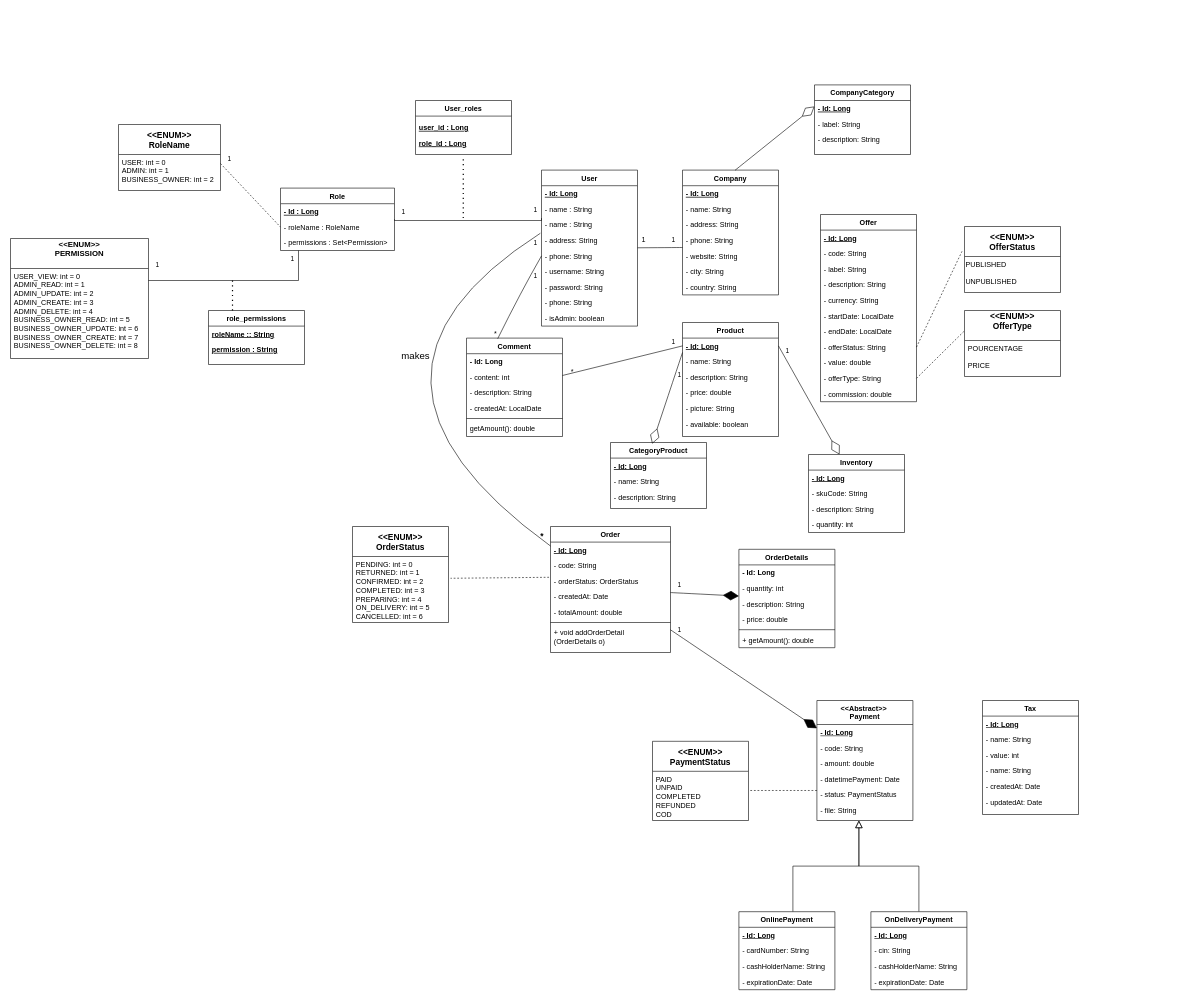
The draw.io diagram class_diagram(1)(1).drawio in amine-elarass49/angular_doc, before the edit. Source tidied: cells renumbered, new cells numbered last; positions are measured from the earlier drawing's top-left corner, leaving out a move shared by most shapes. Both pictures are drawn from the tidied source at 60%, with x=0, y=0 at pixel (10, 85).
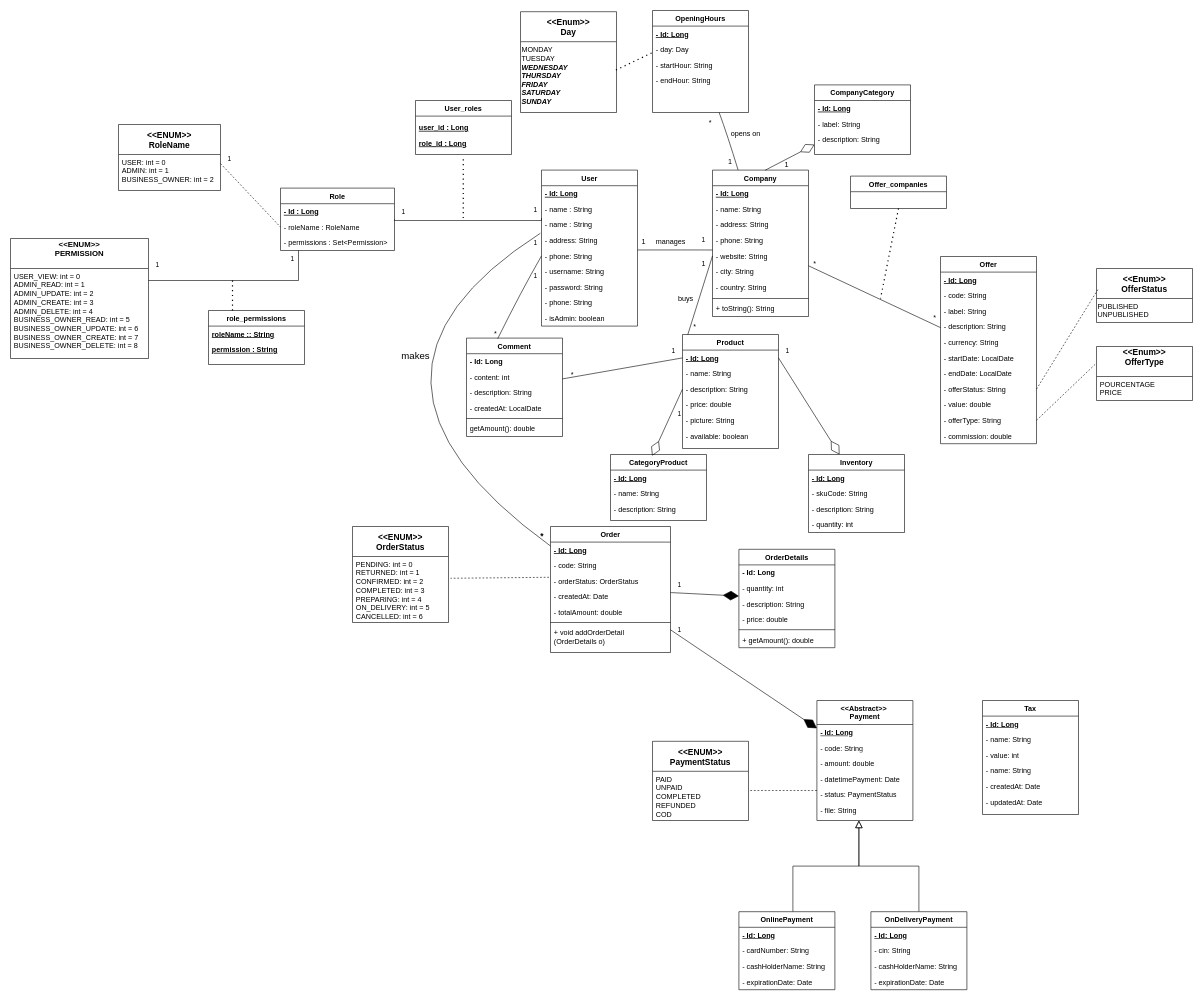
The same page after the edit.

Unchanged cells that the change refers to:
```xml
<mxCell id="3" value="User" style="swimlane;fontStyle=1;align=center;verticalAlign=top;horizontal=1;startSize=26;rounded=0;shadow=0;strokeWidth=1;" parent="1" vertex="1">
  <mxGeometry x="885" y="142" width="160" height="260" as="geometry" />
</mxCell>
<mxCell id="8" value="- phone: String" style="text;align=left;verticalAlign=top;spacingLeft=4;spacingRight=4;overflow=hidden;points=[[0,0.5],[1,0.5]];portConstraint=eastwest;rounded=0;shadow=0;html=0;" parent="3" vertex="1">
  <mxGeometry y="130" width="160" height="26" as="geometry" />
</mxCell>
<mxCell id="39" value="- phone: String" style="text;align=left;verticalAlign=top;spacingLeft=4;spacingRight=4;overflow=hidden;points=[[0,0.5],[1,0.5]];portConstraint=eastwest;rounded=0;shadow=0;html=0;" parent="35" vertex="1">
  <mxGeometry y="104" width="160" height="26" as="geometry" />
</mxCell>
<mxCell id="40" value="- website: String" style="text;align=left;verticalAlign=top;spacingLeft=4;spacingRight=4;overflow=hidden;points=[[0,0.5],[1,0.5]];portConstraint=eastwest;rounded=0;shadow=0;html=0;" parent="35" vertex="1">
  <mxGeometry y="130" width="160" height="26" as="geometry" />
</mxCell>
<mxCell id="43" value="CompanyCategory&#10;" style="swimlane;fontStyle=1;align=center;verticalAlign=top;horizontal=1;startSize=26;rounded=0;shadow=0;strokeWidth=1;" parent="1" vertex="1">
  <mxGeometry x="1340" width="160" height="116" as="geometry" />
</mxCell>
<mxCell id="50" value="- description: String" style="text;align=left;verticalAlign=top;spacingLeft=4;spacingRight=4;overflow=hidden;points=[[0,0.5],[1,0.5]];portConstraint=eastwest;rounded=0;shadow=0;html=0;" parent="47" vertex="1">
  <mxGeometry y="78" width="160" height="26" as="geometry" />
</mxCell>
<mxCell id="72" value="- offerStatus: String" style="text;align=left;verticalAlign=top;spacingLeft=4;spacingRight=4;overflow=hidden;points=[[0,0.5],[1,0.5]];portConstraint=eastwest;rounded=0;shadow=0;html=0;" parent="64" vertex="1">
  <mxGeometry y="208" width="160" height="26" as="geometry" />
</mxCell>
```

The edit, as a diff of the source:
```diff
@@
     <mxCell id="35" value="Company" style="swimlane;fontStyle=1;align=center;verticalAlign=top;horizontal=1;startSize=26;rounded=0;shadow=0;strokeWidth=1;" parent="1" vertex="1">
-      <mxGeometry x="1120" y="142" width="160" height="208" as="geometry" />
+      <mxGeometry x="1170" y="142" width="160" height="244" as="geometry" />
     </mxCell>
@@
     <mxCell id="42" value="- country: String" style="text;align=left;verticalAlign=top;spacingLeft=4;spacingRight=4;overflow=hidden;" parent="35" vertex="1">
-      <mxGeometry y="182" width="160" height="26" as="geometry" />
+      <mxGeometry y="182" width="160" height="28" as="geometry" />
     </mxCell>
+    <mxCell id="158" style="line;strokeWidth=1;fillColor=none;align=left;verticalAlign=middle;spacingTop=-1;spacingLeft=3;spacingRight=3;labelPosition=right;strokeColor=inherit;" parent="35" vertex="1">
+      <mxGeometry y="210" width="160" height="8" as="geometry" />
+    </mxCell>
+    <mxCell id="159" value="+ toString(): String" style="text;align=left;verticalAlign=top;spacingLeft=4;spacingRight=4;overflow=hidden;rounded=0;shadow=0;html=0;" parent="35" vertex="1">
+      <mxGeometry y="218" width="160" height="22" as="geometry" />
+    </mxCell>
@@
     <mxCell id="47" value="Product" style="swimlane;fontStyle=1;align=center;verticalAlign=top;horizontal=1;startSize=26;rounded=0;shadow=0;strokeWidth=1;" parent="1" vertex="1">
-      <mxGeometry x="1120" y="396" width="160" height="190" as="geometry" />
+      <mxGeometry x="1120" y="416" width="160" height="190" as="geometry" />
     </mxCell>
@@
     <mxCell id="54" value="CategoryProduct" style="swimlane;fontStyle=1;align=center;verticalAlign=top;horizontal=1;startSize=26;rounded=0;shadow=0;strokeWidth=1;" parent="1" vertex="1">
-      <mxGeometry x="1000" y="596" width="160" height="110" as="geometry" />
+      <mxGeometry x="1000" y="616" width="160" height="110" as="geometry" />
     </mxCell>
@@
     <mxCell id="64" value="Offer&#10;" style="swimlane;fontStyle=1;align=center;verticalAlign=top;horizontal=1;startSize=26;rounded=0;shadow=0;strokeWidth=1;" parent="1" vertex="1">
-      <mxGeometry x="1350" y="216" width="160" height="312" as="geometry" />
+      <mxGeometry x="1550" y="286" width="160" height="312" as="geometry" />
     </mxCell>
@@
-    <mxCell id="76" value="&lt;&lt;ENUM&gt;&gt;&#10;OfferStatus" style="swimlane;horizontal=1;startSize=50;rounded=0;fontSize=14;fontStyle=1;strokeWidth=1;shadow=0;dashed=0;align=center;arcSize=4;swimlaneLine=1;" parent="1" vertex="1">
-      <mxGeometry x="1590" y="236" width="160" height="110" as="geometry" />
+    <mxCell id="76" value="&lt;&lt;Enum&gt;&gt;&#10;OfferStatus" style="swimlane;horizontal=1;startSize=50;rounded=0;fontSize=14;fontStyle=1;strokeWidth=1;shadow=0;dashed=0;align=center;arcSize=4;swimlaneLine=1;" parent="1" vertex="1">
+      <mxGeometry x="1810" y="306" width="160" height="90" as="geometry" />
     </mxCell>
-    <mxCell id="77" value="&lt;div&gt;PUBLISHED&lt;/div&gt;&lt;div&gt;&lt;br&gt;&lt;/div&gt;&lt;div&gt;UNPUBLISHED&lt;/div&gt;" style="text;whiteSpace=wrap;html=1;" parent="76" vertex="1">
-      <mxGeometry y="50" width="160" height="60" as="geometry" />
+    <mxCell id="77" value="&lt;div&gt;PUBLISHED&lt;/div&gt;&lt;div&gt;UNPUBLISHED&lt;/div&gt;" style="text;whiteSpace=wrap;html=1;" parent="76" vertex="1">
+      <mxGeometry y="50" width="160" height="40" as="geometry" />
     </mxCell>
-    <mxCell id="78" value="&lt;&lt;ENUM&gt;&gt;&#10;OfferType&#10;" style="swimlane;horizontal=1;startSize=50;rounded=0;fontSize=14;fontStyle=1;strokeWidth=1;shadow=0;dashed=0;align=center;arcSize=4;swimlaneLine=1;" parent="1" vertex="1">
-      <mxGeometry x="1590" y="376" width="160" height="110" as="geometry" />
+    <mxCell id="78" value="&lt;&lt;Enum&gt;&gt;&#10;OfferType&#10;" style="swimlane;horizontal=1;startSize=50;rounded=0;fontSize=14;fontStyle=1;strokeWidth=1;shadow=0;dashed=0;align=center;arcSize=4;swimlaneLine=1;" parent="1" vertex="1">
+      <mxGeometry x="1810" y="436" width="160" height="90" as="geometry" />
     </mxCell>
-    <mxCell id="79" value="&lt;div&gt;POURCENTAGE&lt;/div&gt;&lt;div&gt;&lt;br&gt;&lt;/div&gt;&lt;div&gt;PRICE&lt;br&gt;&lt;/div&gt;" style="align=left;strokeColor=none;fillColor=none;spacingLeft=4;fontSize=12;verticalAlign=top;html=1;" parent="78" vertex="1">
-      <mxGeometry y="50" width="160" height="60" as="geometry" />
+    <mxCell id="79" value="&lt;div&gt;POURCENTAGE&lt;/div&gt;&lt;div&gt;PRICE&lt;br&gt;&lt;/div&gt;" style="align=left;strokeColor=none;fillColor=none;spacingLeft=4;fontSize=12;verticalAlign=top;html=1;" parent="78" vertex="1">
+      <mxGeometry y="50" width="160" height="40" as="geometry" />
     </mxCell>
-    <mxCell id="80" style="endArrow=none;endFill=0;html=1;align=left;verticalAlign=top;rounded=0;dashed=1;exitX=1;exitY=0.5;exitDx=0;exitDy=0;entryX=-0.026;entryY=0.376;entryDx=0;entryDy=0;entryPerimeter=0;" parent="1" edge="1" source="72" target="76">
+    <mxCell id="80" style="endArrow=none;endFill=0;html=1;align=left;verticalAlign=top;rounded=0;dashed=1;exitX=1;exitY=0.5;exitDx=0;exitDy=0;entryX=0.014;entryY=0.391;entryDx=0;entryDy=0;entryPerimeter=0;" parent="1" edge="1" source="72" target="76">
       <mxGeometry x="-1" relative="1" as="geometry" />
     </mxCell>
@@
-    <mxCell id="136" style="endArrow=diamondThin;endFill=0;endSize=24;html=1;rounded=0;fontSize=12;curved=1;exitX=0.548;exitY=0.001;exitDx=0;exitDy=0;exitPerimeter=0;" parent="1" edge="1" source="35">
-      <mxGeometry relative="1" as="geometry">
-        <mxPoint x="1340" y="36" as="targetPoint" />
-      </mxGeometry>
+    <mxCell id="136" style="endArrow=diamondThin;endFill=0;endSize=24;html=1;rounded=0;fontSize=12;curved=1;exitX=0.548;exitY=0.001;exitDx=0;exitDy=0;exitPerimeter=0;" parent="1" edge="1" source="35" target="43">
+      <mxGeometry relative="1" as="geometry" />
     </mxCell>
-    <mxCell id="137" style="endArrow=diamondThin;endFill=0;endSize=24;html=1;rounded=0;fontSize=12;curved=1;entryX=0.434;entryY=0.019;entryDx=0;entryDy=0;entryPerimeter=0;" parent="1" edge="1" target="54">
-      <mxGeometry relative="1" as="geometry">
-        <mxPoint x="1120" y="446" as="sourcePoint" />
-      </mxGeometry>
+    <mxCell id="137" style="endArrow=diamondThin;endFill=0;endSize=24;html=1;rounded=0;fontSize=12;curved=1;entryX=0.434;entryY=0.019;entryDx=0;entryDy=0;entryPerimeter=0;exitX=0;exitY=0.5;exitDx=0;exitDy=0;" parent="1" edge="1" source="50" target="54">
+      <mxGeometry relative="1" as="geometry" />
     </mxCell>
@@
-    <mxCell id="142" style="endArrow=none;html=1;rounded=0;fontSize=12;startSize=8;endSize=8;curved=1;" parent="1" edge="1" target="3">
+    <mxCell id="142" style="endArrow=none;html=1;rounded=0;fontSize=12;curved=1;exitX=0;exitY=1.123;exitDx=0;exitDy=0;exitPerimeter=0;entryX=1.001;entryY=0.12;entryDx=0;entryDy=0;entryPerimeter=0;" parent="1" edge="1" source="39" target="8">
       <mxGeometry relative="1" as="geometry">
-        <mxPoint x="1120" y="271" as="sourcePoint" />
+        <Array as="points">
+          <mxPoint x="1160" y="275" />
+        </Array>
       </mxGeometry>
     </mxCell>
@@
     <mxCell id="144" value="1" style="edgeLabel;html=1;align=left;verticalAlign=bottom;" parent="1" vertex="1">
-      <mxGeometry x="1100" y="266" as="geometry" />
+      <mxGeometry x="1150" y="266" as="geometry" />
     </mxCell>
@@
     <mxCell id="151" value="1" style="edgeLabel;html=1;align=left;verticalAlign=bottom;" parent="1" vertex="1">
-      <mxGeometry x="1100" y="436" as="geometry" />
+      <mxGeometry x="1100" y="451" as="geometry" />
     </mxCell>
     <mxCell id="152" value="1" style="edgeLabel;html=1;align=left;verticalAlign=bottom;" parent="1" vertex="1">
-      <mxGeometry x="1110" y="491" as="geometry" />
+      <mxGeometry x="1110" y="556" as="geometry" />
     </mxCell>
@@
+    <mxCell id="160" value="manages" style="text;html=1;align=center;verticalAlign=middle;strokeColor=none;fillColor=none;" parent="1" vertex="1">
+      <mxGeometry x="1065" y="246" width="70" height="30" as="geometry" />
+    </mxCell>
+    <mxCell id="161" value="OpeningHours" style="swimlane;fontStyle=1;align=center;verticalAlign=top;horizontal=1;startSize=26;rounded=0;shadow=0;strokeWidth=1;" parent="1" vertex="1">
+      <mxGeometry x="1070" y="-124" width="160" height="170" as="geometry" />
+    </mxCell>
+    <mxCell id="162" value="- Id: Long" style="text;align=left;verticalAlign=top;spacingLeft=4;spacingRight=4;overflow=hidden;fontStyle=5;" parent="161" vertex="1">
+      <mxGeometry y="26" width="160" height="26" as="geometry" />
+    </mxCell>
+    <mxCell id="163" value="- day: Day" style="text;align=left;verticalAlign=top;spacingLeft=4;spacingRight=4;overflow=hidden;rounded=0;shadow=0;html=0;" parent="161" vertex="1">
+      <mxGeometry y="52" width="160" height="26" as="geometry" />
+    </mxCell>
+    <mxCell id="164" value="- startHour: String" style="text;align=left;verticalAlign=top;spacingLeft=4;spacingRight=4;overflow=hidden;rounded=0;shadow=0;html=0;" parent="161" vertex="1">
+      <mxGeometry y="78" width="160" height="26" as="geometry" />
+    </mxCell>
+    <mxCell id="165" value="- endHour: String" style="text;align=left;verticalAlign=top;spacingLeft=4;spacingRight=4;overflow=hidden;rounded=0;shadow=0;html=0;" parent="161" vertex="1">
+      <mxGeometry y="104" width="160" height="26" as="geometry" />
+    </mxCell>
+    <mxCell id="166" style="endArrow=none;html=1;rounded=0;fontSize=12;curved=1;" parent="1" edge="1" source="35" target="161">
+      <mxGeometry relative="1" as="geometry">
+        <Array as="points">
+          <mxPoint x="1195" y="84" />
+        </Array>
+      </mxGeometry>
+    </mxCell>
+    <mxCell id="167" value="*" style="html=1;whiteSpace=wrap;align=right;verticalAlign=bottom;" parent="166" vertex="1">
+      <mxGeometry x="1" relative="1" as="geometry">
+        <mxPoint x="-11" y="25" as="offset" />
+      </mxGeometry>
+    </mxCell>
+    <mxCell id="168" value="1" style="html=1;whiteSpace=wrap;align=right;verticalAlign=bottom;" parent="1" vertex="1">
+      <mxGeometry x="1200" y="136" as="geometry">
+        <mxPoint x="4" as="offset" />
+      </mxGeometry>
+    </mxCell>
+    <mxCell id="169" value="opens on" style="text;html=1;align=center;verticalAlign=middle;strokeColor=none;fillColor=none;" parent="1" vertex="1">
+      <mxGeometry x="1190" y="66" width="70" height="30" as="geometry" />
+    </mxCell>
+    <mxCell id="170" value="&lt;&lt;Enum&gt;&gt;&#10;Day" style="swimlane;horizontal=1;startSize=50;rounded=0;fontSize=14;fontStyle=1;strokeWidth=1;shadow=0;dashed=0;align=center;arcSize=4;swimlaneLine=1;" parent="1" vertex="1">
+      <mxGeometry x="850" y="-122" width="160" height="168" as="geometry" />
+    </mxCell>
+    <mxCell id="171" value="&lt;div&gt;MONDAY&lt;/div&gt;&lt;div&gt;TUESDAY&lt;/div&gt;&lt;div&gt;&lt;span style=&quot;font-weight:bold;font-style:italic;&quot;&gt;WEDNESDAY&lt;/span&gt;&lt;/div&gt;&lt;div&gt;&lt;span style=&quot;font-weight:bold;font-style:italic;&quot;&gt;THURSDAY&lt;/span&gt;&lt;/div&gt;&lt;div&gt;&lt;span style=&quot;font-weight:bold;font-style:italic;&quot;&gt;FRIDAY&lt;/span&gt;&lt;span style=&quot;font-weight:bold;font-style:italic;&quot;&gt;&lt;br&gt;&lt;/span&gt;&lt;/div&gt;&lt;div&gt;&lt;span style=&quot;font-weight:bold;font-style:italic;&quot;&gt;SATURDAY&lt;/span&gt;&lt;/div&gt;&lt;div&gt;&lt;span style=&quot;font-weight:bold;font-style:italic;&quot;&gt;SUNDAY&lt;/span&gt;&lt;/div&gt;" style="text;whiteSpace=wrap;html=1;" parent="170" vertex="1">
+      <mxGeometry y="50" width="160" height="118" as="geometry" />
+    </mxCell>
+    <mxCell id="172" style="endArrow=none;dashed=1;html=1;dashPattern=1 3;strokeWidth=2;rounded=0;exitX=0.994;exitY=0.401;exitDx=0;exitDy=0;exitPerimeter=0;" parent="1" edge="1" source="171">
+      <mxGeometry relative="1" as="geometry">
+        <mxPoint x="1070" y="-54" as="targetPoint" />
+      </mxGeometry>
+    </mxCell>
+    <mxCell id="173" value="1" style="html=1;whiteSpace=wrap;align=right;verticalAlign=bottom;" parent="1" vertex="1">
+      <mxGeometry x="1294" y="142" as="geometry">
+        <mxPoint x="4" as="offset" />
+      </mxGeometry>
+    </mxCell>
+    <mxCell id="174" style="endArrow=none;html=1;rounded=0;fontSize=12;" parent="1" edge="1" source="64" target="35">
+      <mxGeometry relative="1" as="geometry" />
+    </mxCell>
+    <mxCell id="175" value="*" style="html=1;whiteSpace=wrap;align=right;verticalAlign=bottom;" parent="174" vertex="1">
+      <mxGeometry x="1" relative="1" as="geometry">
+        <mxPoint x="14" y="5" as="offset" />
+      </mxGeometry>
+    </mxCell>
+    <mxCell id="176" value="*" style="html=1;whiteSpace=wrap;align=right;verticalAlign=bottom;" parent="1" vertex="1">
+      <mxGeometry x="1540" y="386" as="geometry">
+        <mxPoint x="4" y="11" as="offset" />
+      </mxGeometry>
+    </mxCell>
+    <mxCell id="177" value="Offer_companies" style="swimlane;fontStyle=1;align=center;verticalAlign=top;horizontal=1;startSize=26;rounded=0;shadow=0;strokeWidth=1;" parent="1" vertex="1">
+      <mxGeometry x="1400" y="152" width="160" height="54" as="geometry" />
+    </mxCell>
+    <mxCell id="178" style="endArrow=none;dashed=1;html=1;dashPattern=1 3;strokeWidth=2;rounded=0;exitX=0.5;exitY=1;exitDx=0;exitDy=0;" parent="1" edge="1" source="177">
+      <mxGeometry relative="1" as="geometry">
+        <mxPoint x="1450" y="356" as="targetPoint" />
+      </mxGeometry>
+    </mxCell>
+    <mxCell id="179" style="endArrow=none;html=1;rounded=0;fontSize=12;exitX=0;exitY=0.5;exitDx=0;exitDy=0;" parent="1" edge="1" source="40">
+      <mxGeometry relative="1" as="geometry">
+        <mxPoint x="1128.9" y="416" as="targetPoint" />
+      </mxGeometry>
+    </mxCell>
+    <mxCell id="180" value="*" style="html=1;whiteSpace=wrap;align=right;verticalAlign=bottom;" parent="179" vertex="1">
+      <mxGeometry x="1" relative="1" as="geometry">
+        <mxPoint x="15" y="-5" as="offset" />
+      </mxGeometry>
+    </mxCell>
+    <mxCell id="181" value="buys" style="text;html=1;align=center;verticalAlign=middle;strokeColor=none;fillColor=none;" parent="1" vertex="1">
+      <mxGeometry x="1100" y="341" width="50" height="30" as="geometry" />
+    </mxCell>
+    <mxCell id="182" value="1" style="html=1;whiteSpace=wrap;align=right;verticalAlign=bottom;" parent="1" vertex="1">
+      <mxGeometry x="1160" y="306" as="geometry" />
+    </mxCell>
```
